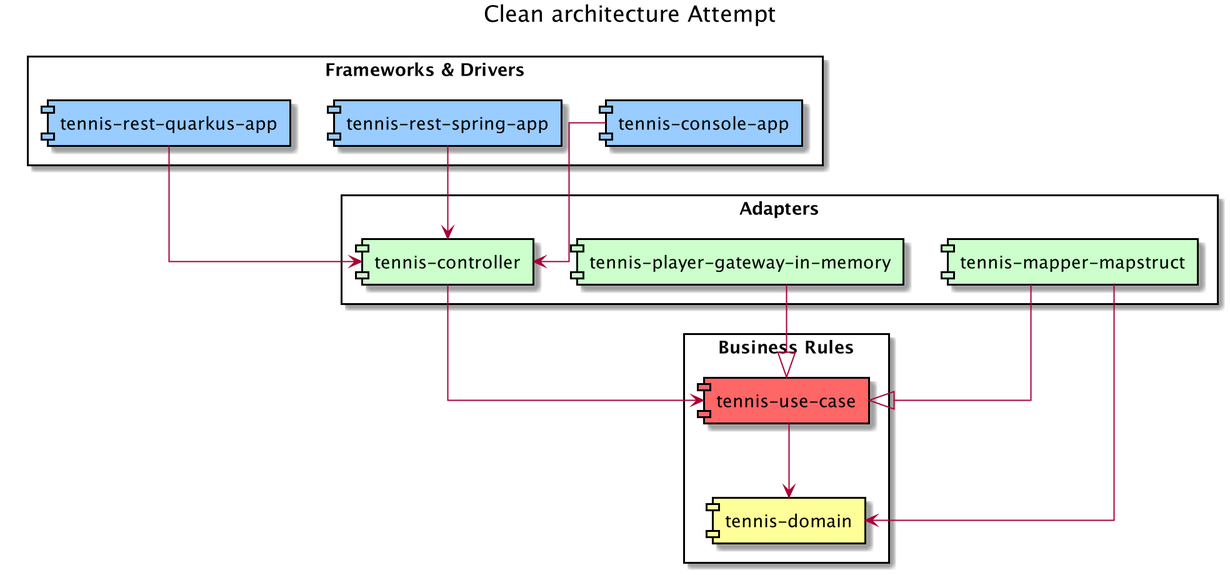
This is CleanArchitectureAttempt.png from Sims07/simulateur-match-tennis, a PlantUML export, as it was before one commit.
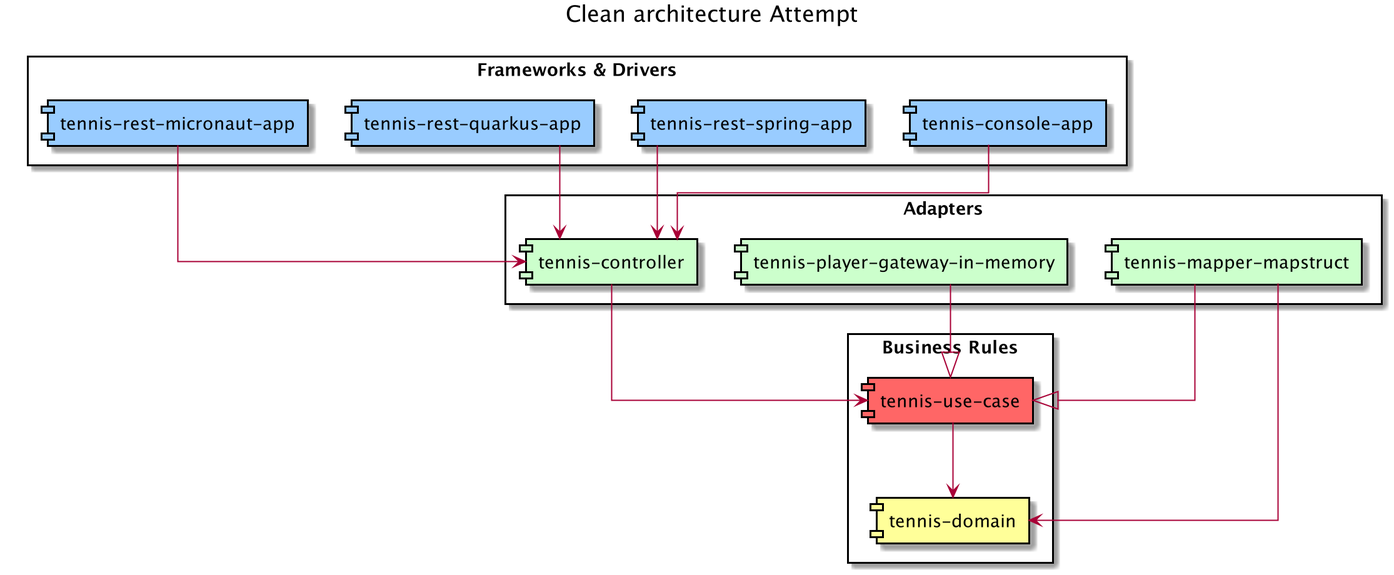
After the commit.

Diff of the diagram source:
```diff
@@ -14,6 +14,7 @@
 [tennis-console-app] as consoleApp #99ccff
 [tennis-rest-spring-app] as restSpringApp #99ccff
 [tennis-rest-quarkus-app] as restQuarkusApp #99ccff
+[tennis-rest-micronaut-app] as restMicronautApp #99ccff
 }
 
 rectangle "Adapters" {
@@ -25,6 +26,7 @@
 consoleApp -D-> controller
 restQuarkusApp  -D-> controller
 restSpringApp -D-> controller
+restMicronautApp -D-> controller
 
 controller -D-> uc
 
```
